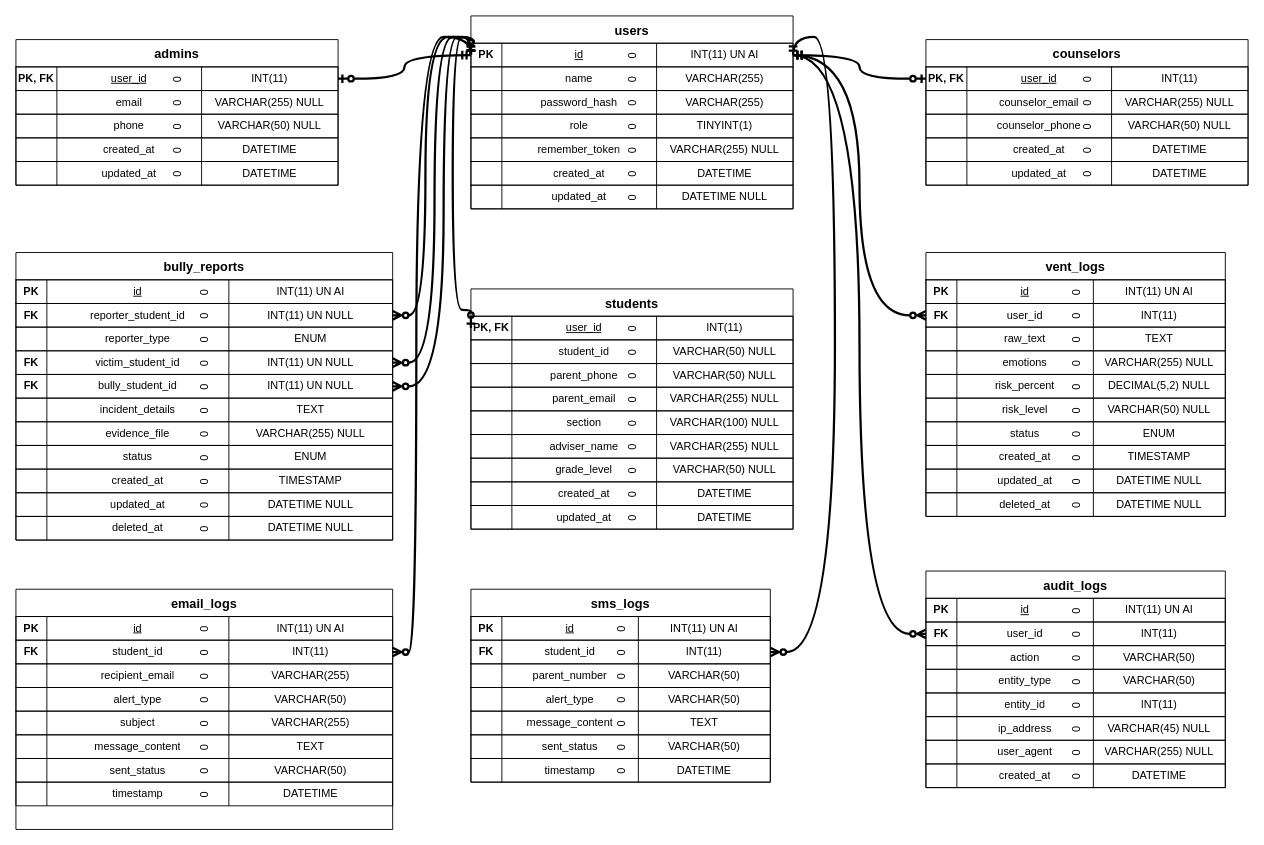
This is docs/erd_diagram.drawio from CrayCray3000/StudentShield-SoftwareEngineering, a draw.io file, before an edit. Source tidied: cells renumbered, new cells numbered last; positions are measured from the earlier drawing's top-left corner, leaving out a move shared by most shapes. Both pictures are drawn from the tidied source at 91%, with x=0, y=0 at pixel (15, 15).
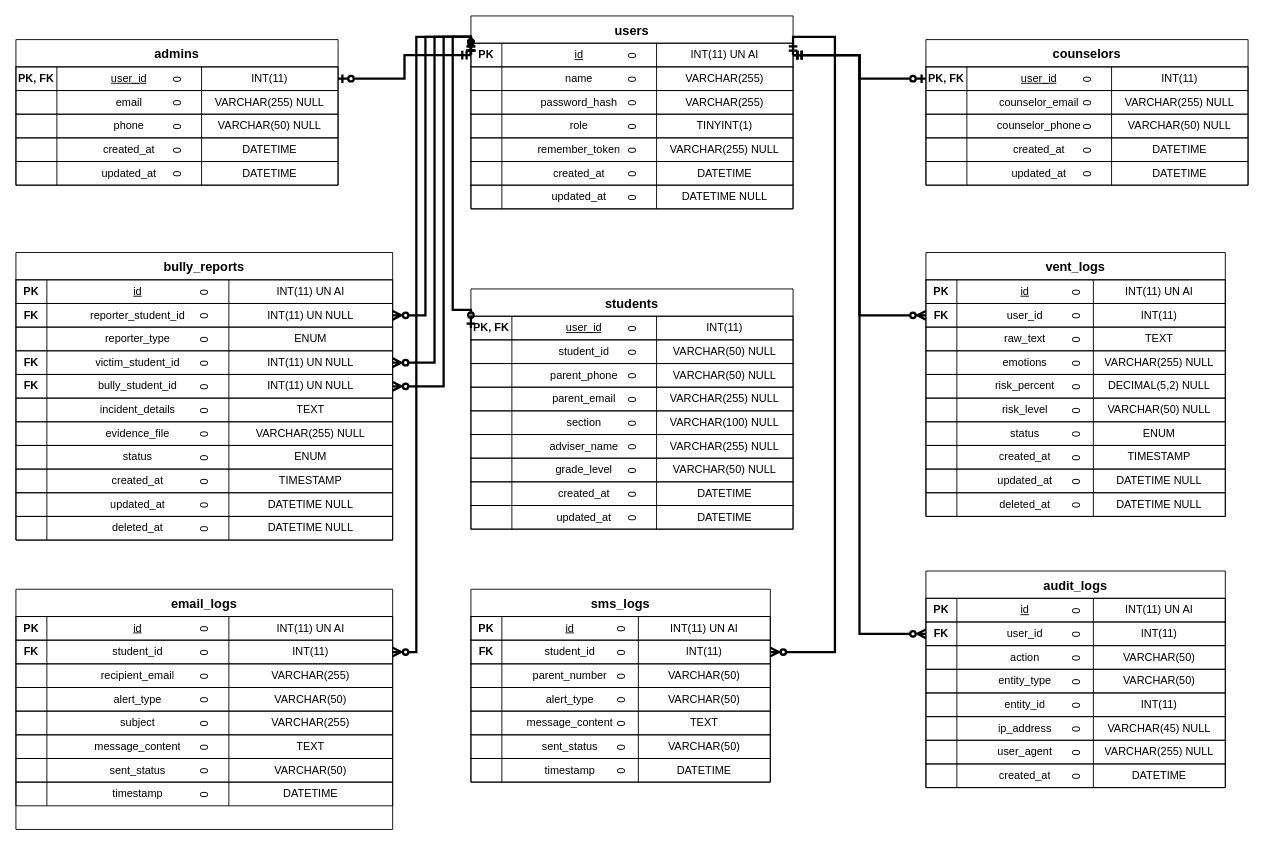
The same page after the edit.

Commit message (it also covers changes not shown here):
Doc: change ERD relationship paths to sharp orthogonal lines (no curves) in drawio and html versions

Unchanged cells that the change refers to:
```xml
<mxCell id="3" value="0" style="shape=tableRow;horizontal=0;startSize=0;swimlaneHead=0;swimlaneBody=0;fillColor=none;points=[[0,0.5],[1,0.5]];portConstraint=eastwest;fontSize=12;strokeColor=inherit;" parent="2" vertex="1">
  <mxGeometry y="30" width="354" height="26" as="geometry" />
</mxCell>
<mxCell id="32" value="0" style="shape=tableRow;horizontal=0;startSize=0;swimlaneHead=0;swimlaneBody=0;fillColor=none;points=[[0,0.5],[1,0.5]];portConstraint=eastwest;fontSize=12;strokeColor=inherit;" parent="31" vertex="1">
  <mxGeometry y="30" width="354" height="26" as="geometry" />
</mxCell>
<mxCell id="69" value="0" style="shape=tableRow;horizontal=0;startSize=0;swimlaneHead=0;swimlaneBody=0;fillColor=none;points=[[0,0.5],[1,0.5]];portConstraint=eastwest;fontSize=12;strokeColor=inherit;" parent="68" vertex="1">
  <mxGeometry y="30" width="354" height="26" as="geometry" />
</mxCell>
<mxCell id="90" value="0" style="shape=tableRow;horizontal=0;startSize=0;swimlaneHead=0;swimlaneBody=0;fillColor=none;points=[[0,0.5],[1,0.5]];portConstraint=eastwest;fontSize=12;strokeColor=inherit;" parent="89" vertex="1">
  <mxGeometry y="30" width="354" height="26" as="geometry" />
</mxCell>
<mxCell id="115" value="0" style="shape=tableRow;horizontal=0;startSize=0;swimlaneHead=0;swimlaneBody=0;fillColor=none;points=[[0,0.5],[1,0.5]];portConstraint=eastwest;fontSize=12;strokeColor=inherit;" parent="110" vertex="1">
  <mxGeometry y="56" width="329" height="26" as="geometry" />
</mxCell>
<mxCell id="156" value="0" style="shape=tableRow;horizontal=0;startSize=0;swimlaneHead=0;swimlaneBody=0;fillColor=none;points=[[0,0.5],[1,0.5]];portConstraint=eastwest;fontSize=12;strokeColor=inherit;" parent="151" vertex="1">
  <mxGeometry y="56" width="329" height="26" as="geometry" />
</mxCell>
<mxCell id="189" value="0" style="shape=tableRow;horizontal=0;startSize=0;swimlaneHead=0;swimlaneBody=0;fillColor=none;points=[[0,0.5],[1,0.5]];portConstraint=eastwest;fontSize=12;strokeColor=inherit;" parent="184" vertex="1">
  <mxGeometry y="56" width="329" height="26" as="geometry" />
</mxCell>
<mxCell id="218" value="0" style="shape=tableRow;horizontal=0;startSize=0;swimlaneHead=0;swimlaneBody=0;fillColor=none;points=[[0,0.5],[1,0.5]];portConstraint=eastwest;fontSize=12;strokeColor=inherit;" parent="213" vertex="1">
  <mxGeometry y="56" width="414" height="26" as="geometry" />
</mxCell>
<mxCell id="226" value="0" style="shape=tableRow;horizontal=0;startSize=0;swimlaneHead=0;swimlaneBody=0;fillColor=none;points=[[0,0.5],[1,0.5]];portConstraint=eastwest;fontSize=12;strokeColor=inherit;" parent="213" vertex="1">
  <mxGeometry y="108" width="414" height="26" as="geometry" />
</mxCell>
<mxCell id="230" value="0" style="shape=tableRow;horizontal=0;startSize=0;swimlaneHead=0;swimlaneBody=0;fillColor=none;points=[[0,0.5],[1,0.5]];portConstraint=eastwest;fontSize=12;strokeColor=inherit;" parent="213" vertex="1">
  <mxGeometry y="134" width="414" height="26" as="geometry" />
</mxCell>
<mxCell id="263" value="0" style="shape=tableRow;horizontal=0;startSize=0;swimlaneHead=0;swimlaneBody=0;fillColor=none;points=[[0,0.5],[1,0.5]];portConstraint=eastwest;fontSize=12;strokeColor=inherit;" parent="258" vertex="1">
  <mxGeometry y="56" width="414" height="26" as="geometry" />
</mxCell>
```

Diff of the diagram source:
```diff
@@
-    <mxCell id="291" style="edgeStyle=orthogonalEdgeStyle;rounded=1;curved=1;jettySize=auto;html=1;endArrow=ERzeroToOne;endFill=0;startArrow=ERmandOne;startFill=0;strokeColor=#000000;strokeWidth=2.5;exitX=0;exitY=0.5;exitDx=0;exitDy=0;exitPerimeter=0;entryX=0;entryY=0.5;entryDx=0;entryDy=0;entryPerimeter=0;" parent="1" edge="1" source="3" target="32">
+    <mxCell id="291" style="edgeStyle=orthogonalEdgeStyle;rounded=0;jettySize=auto;html=1;endArrow=ERzeroToOne;endFill=0;startArrow=ERmandOne;startFill=0;strokeColor=#000000;strokeWidth=2.5;exitX=0;exitY=0.5;exitDx=0;exitDy=0;exitPerimeter=0;entryX=0;entryY=0.5;entryDx=0;entryDy=0;entryPerimeter=0;" parent="1" edge="1" source="3" target="32">
       <mxGeometry relative="1" as="geometry">
         <Array as="points">
           <mxPoint x="480" y="23" />
           <mxPoint x="480" y="323" />
         </Array>
       </mxGeometry>
     </mxCell>
-    <mxCell id="292" style="edgeStyle=orthogonalEdgeStyle;rounded=1;curved=1;jettySize=auto;html=1;endArrow=ERzeroToOne;endFill=0;startArrow=ERmandOne;startFill=0;strokeColor=#000000;strokeWidth=2.5;exitX=1;exitY=0.5;exitDx=0;exitDy=0;exitPerimeter=0;entryX=0;entryY=0.5;entryDx=0;entryDy=0;entryPerimeter=0;" parent="1" edge="1" source="3" target="69">
+    <mxCell id="292" style="edgeStyle=orthogonalEdgeStyle;rounded=0;jettySize=auto;html=1;endArrow=ERzeroToOne;endFill=0;startArrow=ERmandOne;startFill=0;strokeColor=#000000;strokeWidth=2.5;exitX=1;exitY=0.5;exitDx=0;exitDy=0;exitPerimeter=0;entryX=0;entryY=0.5;entryDx=0;entryDy=0;entryPerimeter=0;" parent="1" edge="1" source="3" target="69">
       <mxGeometry relative="1" as="geometry" />
     </mxCell>
-    <mxCell id="293" style="edgeStyle=orthogonalEdgeStyle;rounded=1;curved=1;jettySize=auto;html=1;endArrow=ERzeroToOne;endFill=0;startArrow=ERmandOne;startFill=0;strokeColor=#000000;strokeWidth=2.5;exitX=0;exitY=0.5;exitDx=0;exitDy=0;exitPerimeter=0;entryX=1;entryY=0.5;entryDx=0;entryDy=0;entryPerimeter=0;" parent="1" edge="1" source="3" target="90">
+    <mxCell id="293" style="edgeStyle=orthogonalEdgeStyle;rounded=0;jettySize=auto;html=1;endArrow=ERzeroToOne;endFill=0;startArrow=ERmandOne;startFill=0;strokeColor=#000000;strokeWidth=2.5;exitX=0;exitY=0.5;exitDx=0;exitDy=0;exitPerimeter=0;entryX=1;entryY=0.5;entryDx=0;entryDy=0;entryPerimeter=0;" parent="1" edge="1" source="3" target="90">
       <mxGeometry relative="1" as="geometry" />
     </mxCell>
-    <mxCell id="294" style="edgeStyle=orthogonalEdgeStyle;rounded=1;curved=1;jettySize=auto;html=1;endArrow=ERzeroToMany;endFill=0;startArrow=ERmandOne;startFill=0;strokeColor=#000000;strokeWidth=2.5;exitX=1;exitY=0.5;exitDx=0;exitDy=0;exitPerimeter=0;entryX=0;entryY=0.5;entryDx=0;entryDy=0;entryPerimeter=0;" parent="1" edge="1" source="3" target="115">
+    <mxCell id="294" style="edgeStyle=orthogonalEdgeStyle;rounded=0;jettySize=auto;html=1;endArrow=ERzeroToMany;endFill=0;startArrow=ERmandOne;startFill=0;strokeColor=#000000;strokeWidth=2.5;exitX=1;exitY=0.5;exitDx=0;exitDy=0;exitPerimeter=0;entryX=0;entryY=0.5;entryDx=0;entryDy=0;entryPerimeter=0;" parent="1" edge="1" source="3" target="115">
       <mxGeometry relative="1" as="geometry" />
     </mxCell>
-    <mxCell id="295" style="edgeStyle=orthogonalEdgeStyle;rounded=1;curved=1;jettySize=auto;html=1;endArrow=ERzeroToMany;endFill=0;startArrow=ERmandOne;startFill=0;strokeColor=#000000;strokeWidth=2.5;exitX=1;exitY=0.5;exitDx=0;exitDy=0;exitPerimeter=0;entryX=0;entryY=0.5;entryDx=0;entryDy=0;entryPerimeter=0;" parent="1" edge="1" source="3" target="156">
+    <mxCell id="295" style="edgeStyle=orthogonalEdgeStyle;rounded=0;jettySize=auto;html=1;endArrow=ERzeroToMany;endFill=0;startArrow=ERmandOne;startFill=0;strokeColor=#000000;strokeWidth=2.5;exitX=1;exitY=0.5;exitDx=0;exitDy=0;exitPerimeter=0;entryX=0;entryY=0.5;entryDx=0;entryDy=0;entryPerimeter=0;" parent="1" edge="1" source="3" target="156">
       <mxGeometry relative="1" as="geometry" />
     </mxCell>
-    <mxCell id="296" style="edgeStyle=orthogonalEdgeStyle;rounded=1;curved=1;jettySize=auto;html=1;endArrow=ERzeroToMany;endFill=0;startArrow=ERmandOne;startFill=0;strokeColor=#000000;strokeWidth=2.5;exitX=1;exitY=0.5;exitDx=0;exitDy=0;exitPerimeter=0;entryX=1;entryY=0.5;entryDx=0;entryDy=0;entryPerimeter=0;" parent="1" edge="1" source="3" target="189">
+    <mxCell id="296" style="edgeStyle=orthogonalEdgeStyle;rounded=0;jettySize=auto;html=1;endArrow=ERzeroToMany;endFill=0;startArrow=ERmandOne;startFill=0;strokeColor=#000000;strokeWidth=2.5;exitX=1;exitY=0.5;exitDx=0;exitDy=0;exitPerimeter=0;entryX=1;entryY=0.5;entryDx=0;entryDy=0;entryPerimeter=0;" parent="1" edge="1" source="3" target="189">
       <mxGeometry relative="1" as="geometry">
         <Array as="points">
           <mxPoint x="900" y="23" />
           <mxPoint x="900" y="699" />
         </Array>
       </mxGeometry>
     </mxCell>
-    <mxCell id="297" style="edgeStyle=orthogonalEdgeStyle;rounded=1;curved=1;jettySize=auto;html=1;endArrow=ERzeroToMany;endFill=0;startArrow=ERzeroToOne;startFill=0;strokeColor=#000000;strokeWidth=2.5;exitX=0;exitY=0.5;exitDx=0;exitDy=0;exitPerimeter=0;entryX=1;entryY=0.5;entryDx=0;entryDy=0;entryPerimeter=0;" parent="1" edge="1" source="3" target="218">
+    <mxCell id="297" style="edgeStyle=orthogonalEdgeStyle;rounded=0;jettySize=auto;html=1;endArrow=ERzeroToMany;endFill=0;startArrow=ERzeroToOne;startFill=0;strokeColor=#000000;strokeWidth=2.5;exitX=0;exitY=0.5;exitDx=0;exitDy=0;exitPerimeter=0;entryX=1;entryY=0.5;entryDx=0;entryDy=0;entryPerimeter=0;" parent="1" edge="1" source="3" target="218">
       <mxGeometry relative="1" as="geometry">
         <Array as="points">
           <mxPoint x="450" y="23" />
           <mxPoint x="450" y="329" />
         </Array>
       </mxGeometry>
     </mxCell>
-    <mxCell id="298" style="edgeStyle=orthogonalEdgeStyle;rounded=1;curved=1;jettySize=auto;html=1;endArrow=ERzeroToMany;endFill=0;startArrow=ERzeroToOne;startFill=0;strokeColor=#000000;strokeWidth=2.5;exitX=0;exitY=0.5;exitDx=0;exitDy=0;exitPerimeter=0;entryX=1;entryY=0.5;entryDx=0;entryDy=0;entryPerimeter=0;" parent="1" edge="1" source="3" target="226">
+    <mxCell id="298" style="edgeStyle=orthogonalEdgeStyle;rounded=0;jettySize=auto;html=1;endArrow=ERzeroToMany;endFill=0;startArrow=ERzeroToOne;startFill=0;strokeColor=#000000;strokeWidth=2.5;exitX=0;exitY=0.5;exitDx=0;exitDy=0;exitPerimeter=0;entryX=1;entryY=0.5;entryDx=0;entryDy=0;entryPerimeter=0;" parent="1" edge="1" source="3" target="226">
       <mxGeometry relative="1" as="geometry">
         <Array as="points">
           <mxPoint x="460" y="23" />
           <mxPoint x="460" y="381" />
         </Array>
       </mxGeometry>
     </mxCell>
-    <mxCell id="299" style="edgeStyle=orthogonalEdgeStyle;rounded=1;curved=1;jettySize=auto;html=1;endArrow=ERzeroToMany;endFill=0;startArrow=ERzeroToOne;startFill=0;strokeColor=#000000;strokeWidth=2.5;exitX=0;exitY=0.5;exitDx=0;exitDy=0;exitPerimeter=0;entryX=1;entryY=0.5;entryDx=0;entryDy=0;entryPerimeter=0;" parent="1" edge="1" source="3" target="230">
+    <mxCell id="299" style="edgeStyle=orthogonalEdgeStyle;rounded=0;jettySize=auto;html=1;endArrow=ERzeroToMany;endFill=0;startArrow=ERzeroToOne;startFill=0;strokeColor=#000000;strokeWidth=2.5;exitX=0;exitY=0.5;exitDx=0;exitDy=0;exitPerimeter=0;entryX=1;entryY=0.5;entryDx=0;entryDy=0;entryPerimeter=0;" parent="1" edge="1" source="3" target="230">
       <mxGeometry relative="1" as="geometry">
         <Array as="points">
           <mxPoint x="470" y="23" />
           <mxPoint x="470" y="407" />
         </Array>
       </mxGeometry>
     </mxCell>
-    <mxCell id="300" style="edgeStyle=orthogonalEdgeStyle;rounded=1;curved=1;jettySize=auto;html=1;endArrow=ERzeroToMany;endFill=0;startArrow=ERmandOne;startFill=0;strokeColor=#000000;strokeWidth=2.5;exitX=0;exitY=0.5;exitDx=0;exitDy=0;exitPerimeter=0;entryX=1;entryY=0.5;entryDx=0;entryDy=0;entryPerimeter=0;" parent="1" edge="1" source="3" target="263">
+    <mxCell id="300" style="edgeStyle=orthogonalEdgeStyle;rounded=0;jettySize=auto;html=1;endArrow=ERzeroToMany;endFill=0;startArrow=ERmandOne;startFill=0;strokeColor=#000000;strokeWidth=2.5;exitX=0;exitY=0.5;exitDx=0;exitDy=0;exitPerimeter=0;entryX=1;entryY=0.5;entryDx=0;entryDy=0;entryPerimeter=0;" parent="1" edge="1" source="3" target="263">
       <mxGeometry relative="1" as="geometry">
         <Array as="points">
           <mxPoint x="440" y="23" />
           <mxPoint x="440" y="699" />
         </Array>
       </mxGeometry>
     </mxCell>
```
